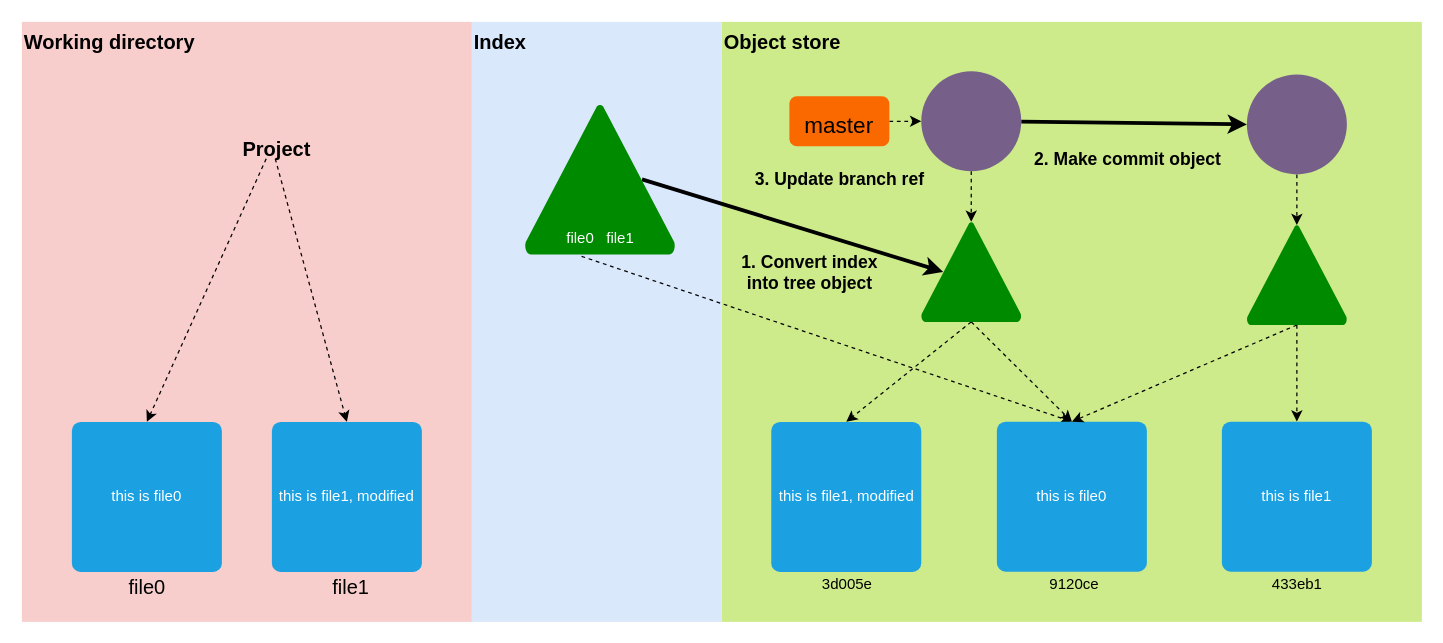
hanning0511/git keeps this draw.io diagram as page "index4" (8 of 12) of git.drawio. Above is the earlier version. Source tidied: cells renumbered, new cells numbered last; positions are measured from the earlier drawing's top-left corner, leaving out a move shared by most shapes. Both pictures are drawn from the tidied source at 125%, with x=0, y=0 at pixel (21, 21).
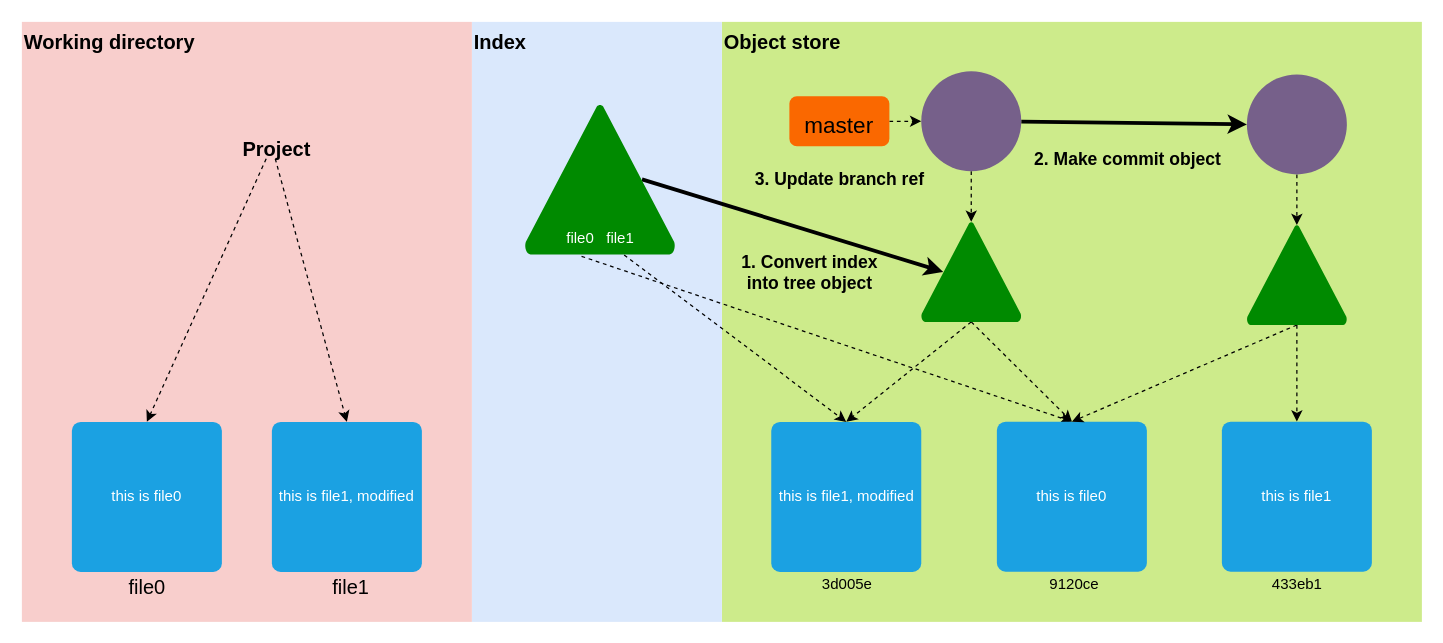
Above is the later version.

The change refers to these unchanged cells:
```xml
<mxCell id="14" value="&lt;font style=&quot;font-size: 12px&quot;&gt;file0&amp;nbsp; &amp;nbsp;file1&lt;/font&gt;" style="strokeWidth=2;html=1;shape=mxgraph.flowchart.extract_or_measurement;whiteSpace=wrap;fontSize=24;strokeColor=none;fillColor=#008a00;fontColor=#ffffff;verticalAlign=bottom;" parent="1" vertex="1">
  <mxGeometry x="402.5" y="66" width="120" height="120" as="geometry" />
</mxCell>
<mxCell id="26" value="this is file1, modified" style="rounded=1;whiteSpace=wrap;html=1;absoluteArcSize=1;arcSize=14;strokeWidth=2;fontSize=12;fillColor=#1ba1e2;fontColor=#ffffff;strokeColor=none;" parent="1" vertex="1">
  <mxGeometry x="599.5" y="320" width="120" height="120" as="geometry" />
</mxCell>
```

Change to the diagram source:
```diff
@@
+    <mxCell id="37" style="rounded=0;jettySize=auto;html=1;entryX=0.5;entryY=0;entryDx=0;entryDy=0;dashed=1;exitX=0.661;exitY=1.004;exitDx=0;exitDy=0;exitPerimeter=0;" parent="1" edge="1" source="14" target="26">
+      <mxGeometry relative="1" as="geometry" />
+    </mxCell>
```
